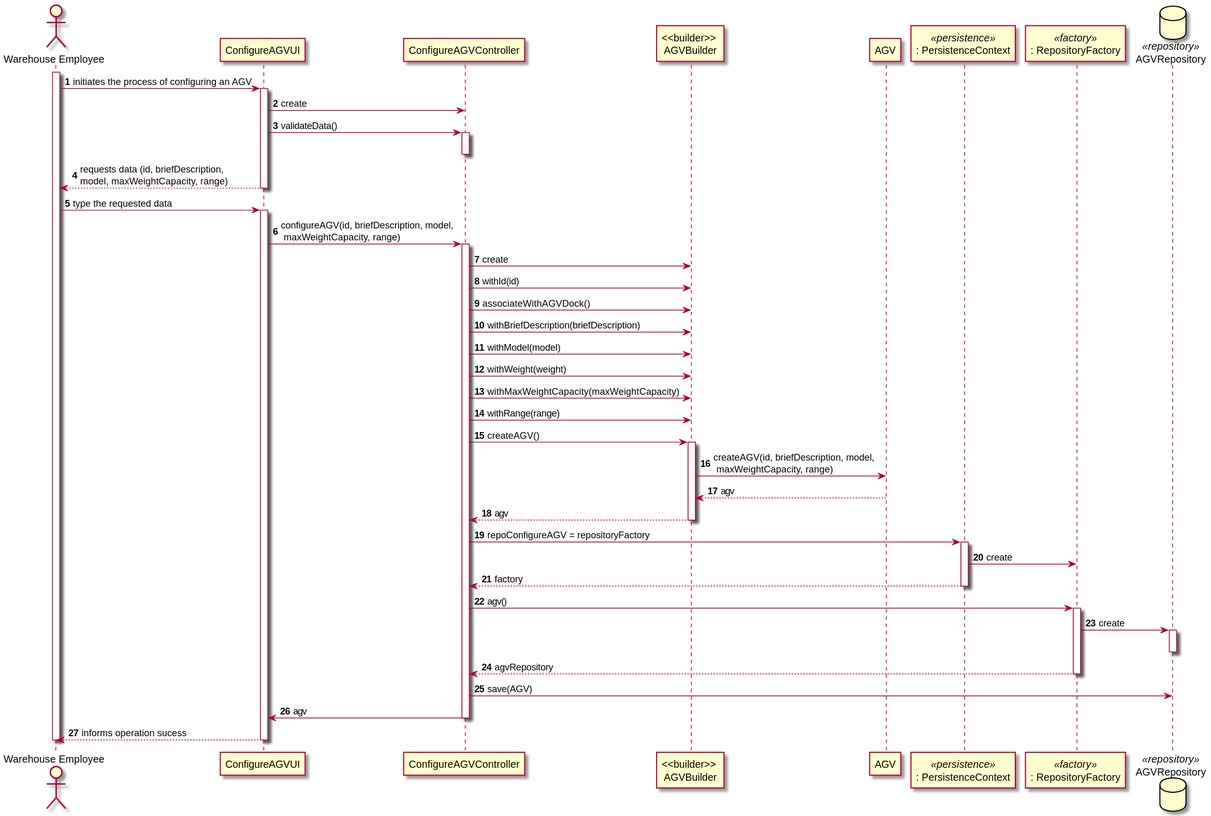
This is docs/1201382/US2002/US2002_SD.svg from 0franciscor/lei21_22_s4_2de_01, a PlantUML export, as it was before one commit.
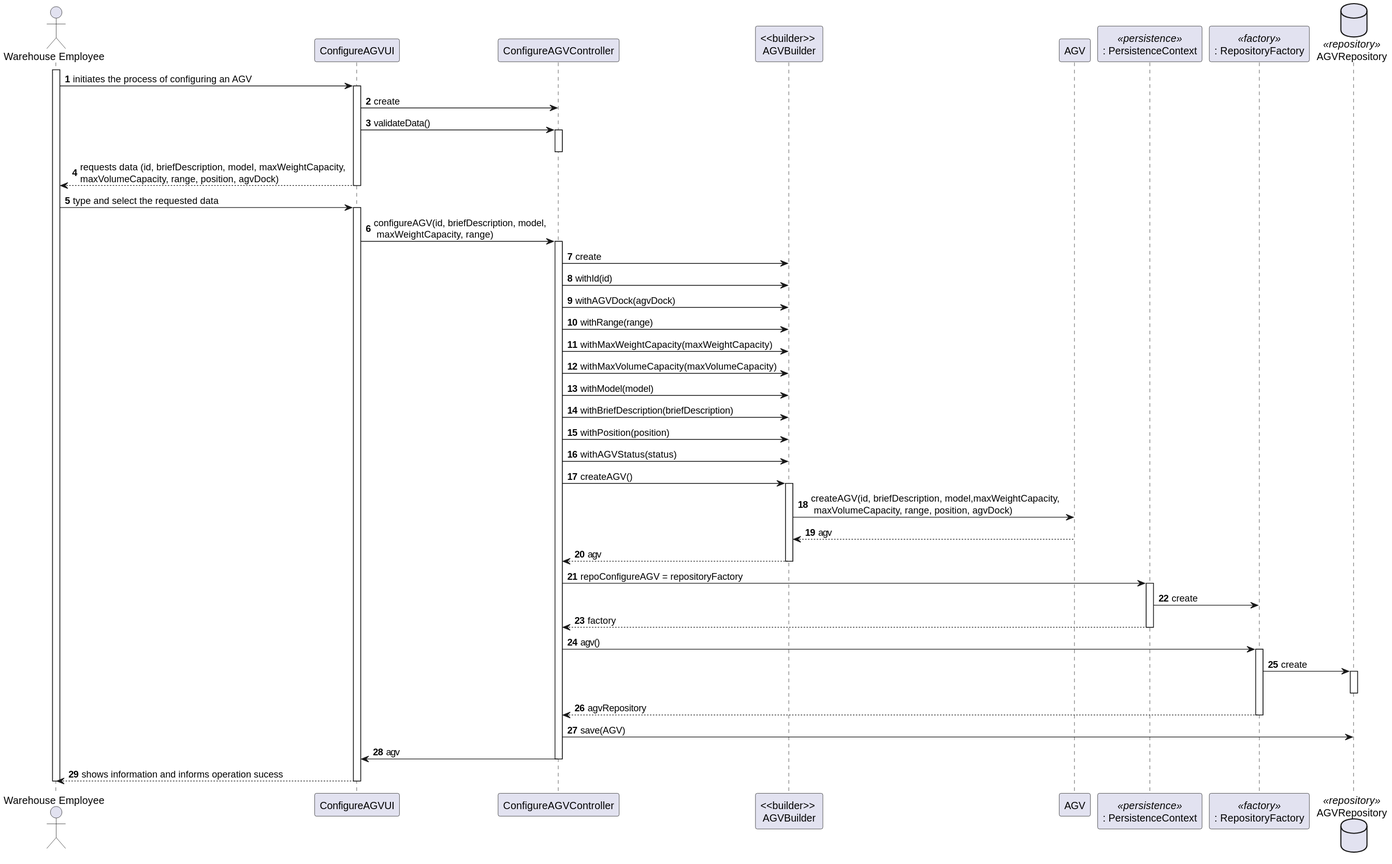
The same diagram one commit later.

Diff of the diagram source:
```diff
@@ -18,23 +18,25 @@
 UI -> CTR : validateData()
 activate CTR
 deactivate CTR
-UI --> WE : requests data (id, briefDescription, \nmodel, maxWeightCapacity, range)
+UI --> WE : requests data (id, briefDescription, model, maxWeightCapacity, \nmaxVolumeCapacity, range, position, agvDock)
 deactivate UI
-WE -> UI : type the requested data
+WE -> UI : type and select the requested data
 activate UI
 UI -> CTR : configureAGV(id, briefDescription, model,\n maxWeightCapacity, range)
 activate CTR
 CTR -> BUILDER : create
 CTR -> BUILDER : withId(id)
-CTR -> BUILDER : associateWithAGVDock()
+CTR -> BUILDER : withAGVDock(agvDock)
+CTR -> BUILDER : withRange(range)
+CTR -> BUILDER : withMaxWeightCapacity(maxWeightCapacity)
+CTR -> BUILDER : withMaxVolumeCapacity(maxVolumeCapacity)
+CTR -> BUILDER : withModel(model)
 CTR -> BUILDER : withBriefDescription(briefDescription)
-CTR -> BUILDER : withModel(model)
-CTR -> BUILDER : withWeight(weight)
-CTR -> BUILDER : withMaxWeightCapacity(maxWeightCapacity)
-CTR -> BUILDER : withRange(range)
+CTR -> BUILDER : withPosition(position)
+CTR -> BUILDER : withAGVStatus(status)
 CTR -> BUILDER : createAGV()
 activate BUILDER
-BUILDER -> AGV : createAGV(id, briefDescription, model,\n maxWeightCapacity, range)
+BUILDER -> AGV : createAGV(id, briefDescription, model,maxWeightCapacity, \n maxVolumeCapacity, range, position, agvDock)
 AGV --> BUILDER : agv
 BUILDER --> CTR : agv
 deactivate BUILDER
@@ -54,7 +56,7 @@
 CTR -> UI : agv
 deactivate CTR
 
-UI --> WE : informs operation sucess
+UI --> WE : shows information and informs operation sucess
 deactivate UI
 
 deactivate WE
```
